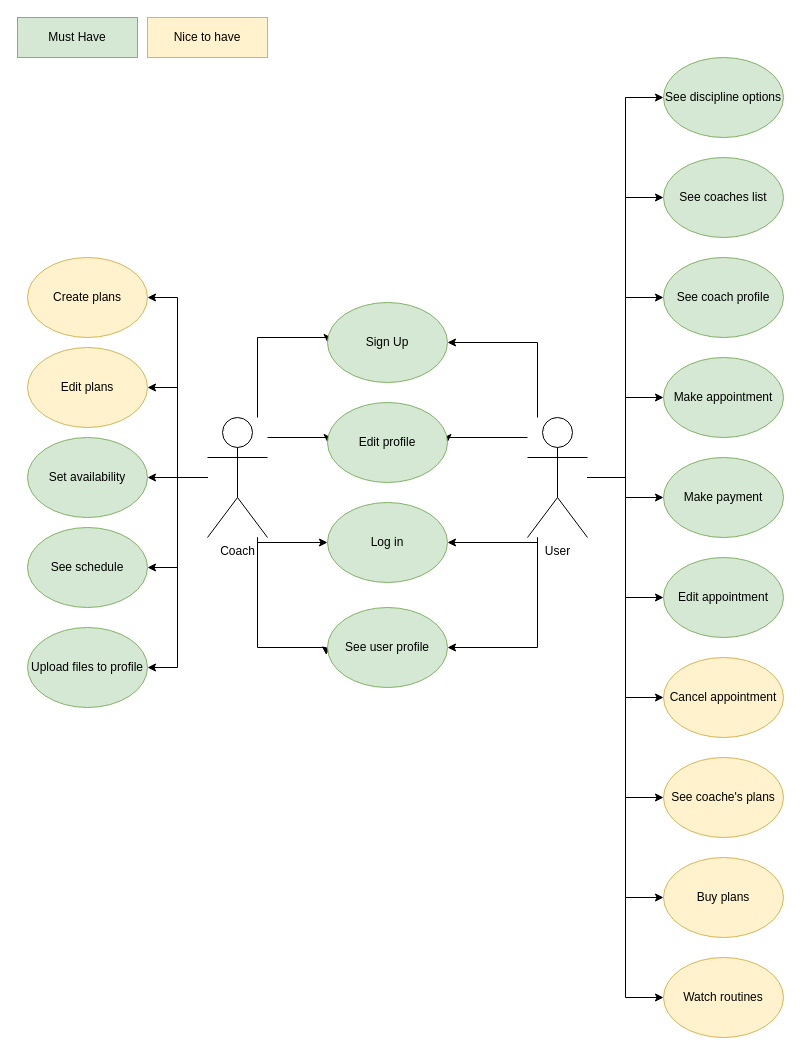
Earlier version of the draw.io diagram TOP-V8.drawio (saradvr/MakeItReal-test-1). Source tidied: cells renumbered, new cells numbered last; positions are measured from the earlier drawing's top-left corner, leaving out a move shared by most shapes. Both pictures are drawn from the tidied source at 100%, with x=0, y=0 at pixel (17, 17).
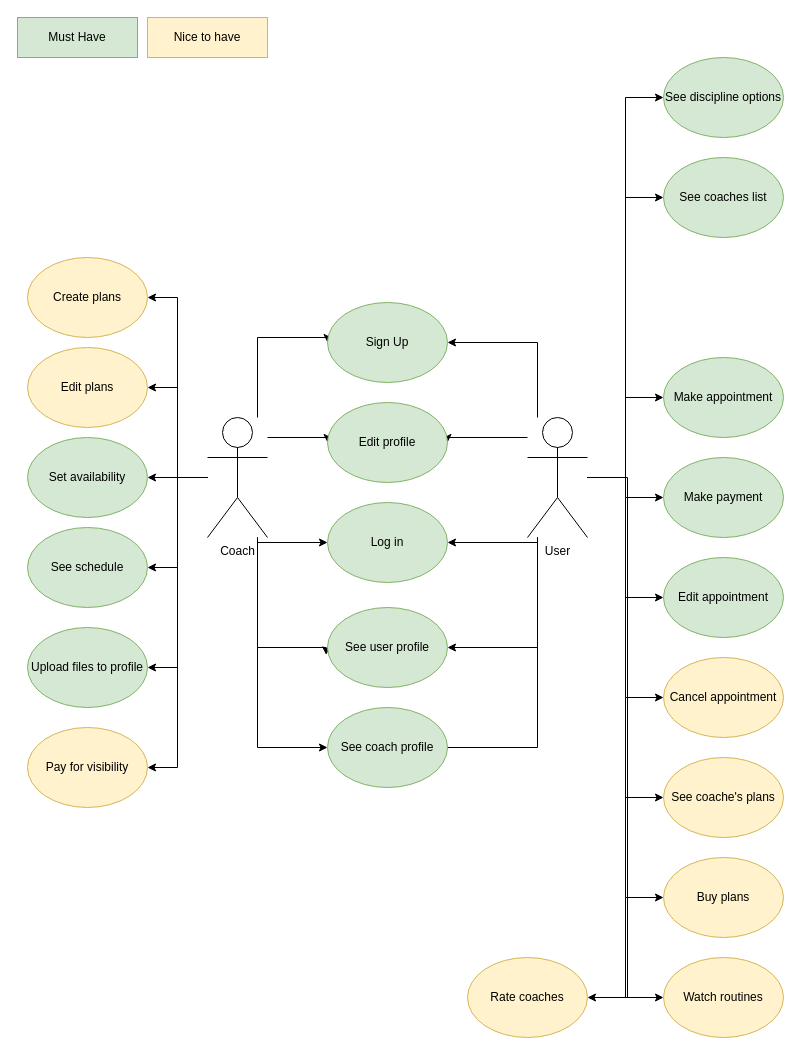
After the change.

Unchanged cells that the change refers to:
```xml
<mxCell id="11" value="Coach" style="shape=umlActor;verticalLabelPosition=bottom;verticalAlign=top;html=1;outlineConnect=0;" parent="1" vertex="1">
  <mxGeometry x="190" y="400" width="60" height="120" as="geometry" />
</mxCell>
<mxCell id="26" value="User" style="shape=umlActor;verticalLabelPosition=bottom;verticalAlign=top;html=1;outlineConnect=0;" parent="1" vertex="1">
  <mxGeometry x="510" y="400" width="60" height="120" as="geometry" />
</mxCell>
```

The edit, as a diff of the source:
```diff
@@
+    <mxCell id="48" style="edgeStyle=orthogonalEdgeStyle;rounded=0;jettySize=auto;html=1;entryX=1;entryY=0.5;entryDx=0;entryDy=0;" parent="1" edge="1" source="11" target="51">
+      <mxGeometry relative="1" as="geometry" />
+    </mxCell>
+    <mxCell id="49" style="edgeStyle=orthogonalEdgeStyle;rounded=0;jettySize=auto;html=1;entryX=0;entryY=0.5;entryDx=0;entryDy=0;" parent="1" edge="1" source="11" target="43">
+      <mxGeometry relative="1" as="geometry">
+        <Array as="points">
+          <mxPoint x="240" y="730" />
+        </Array>
+      </mxGeometry>
+    </mxCell>
@@
     <mxCell id="23" style="edgeStyle=orthogonalEdgeStyle;rounded=0;jettySize=auto;html=1;entryX=0;entryY=0.5;entryDx=0;entryDy=0;" parent="1" edge="1" source="26" target="43">
-      <mxGeometry relative="1" as="geometry" />
+      <mxGeometry relative="1" as="geometry">
+        <Array as="points">
+          <mxPoint x="520" y="730" />
+        </Array>
+      </mxGeometry>
     </mxCell>
@@
+    <mxCell id="50" style="edgeStyle=orthogonalEdgeStyle;rounded=0;jettySize=auto;html=1;entryX=1;entryY=0.5;entryDx=0;entryDy=0;" parent="1" edge="1" source="26" target="52">
+      <mxGeometry relative="1" as="geometry">
+        <Array as="points">
+          <mxPoint x="610" y="460" />
+          <mxPoint x="610" y="980" />
+        </Array>
+      </mxGeometry>
+    </mxCell>
@@
     <mxCell id="43" value="See coach profile" style="ellipse;whiteSpace=wrap;html=1;fillColor=#d5e8d4;strokeColor=#82b366;" parent="1" vertex="1">
-      <mxGeometry x="646" y="240" width="120" height="80" as="geometry" />
+      <mxGeometry x="310" y="690" width="120" height="80" as="geometry" />
     </mxCell>
@@
+    <mxCell id="51" value="Pay for visibility" style="ellipse;whiteSpace=wrap;html=1;fillColor=#fff2cc;strokeColor=#d6b656;" parent="1" vertex="1">
+      <mxGeometry x="10" y="710" width="120" height="80" as="geometry" />
+    </mxCell>
+    <mxCell id="52" value="Rate coaches" style="ellipse;whiteSpace=wrap;html=1;fillColor=#fff2cc;strokeColor=#d6b656;" parent="1" vertex="1">
+      <mxGeometry x="450" y="940" width="120" height="80" as="geometry" />
+    </mxCell>
```
